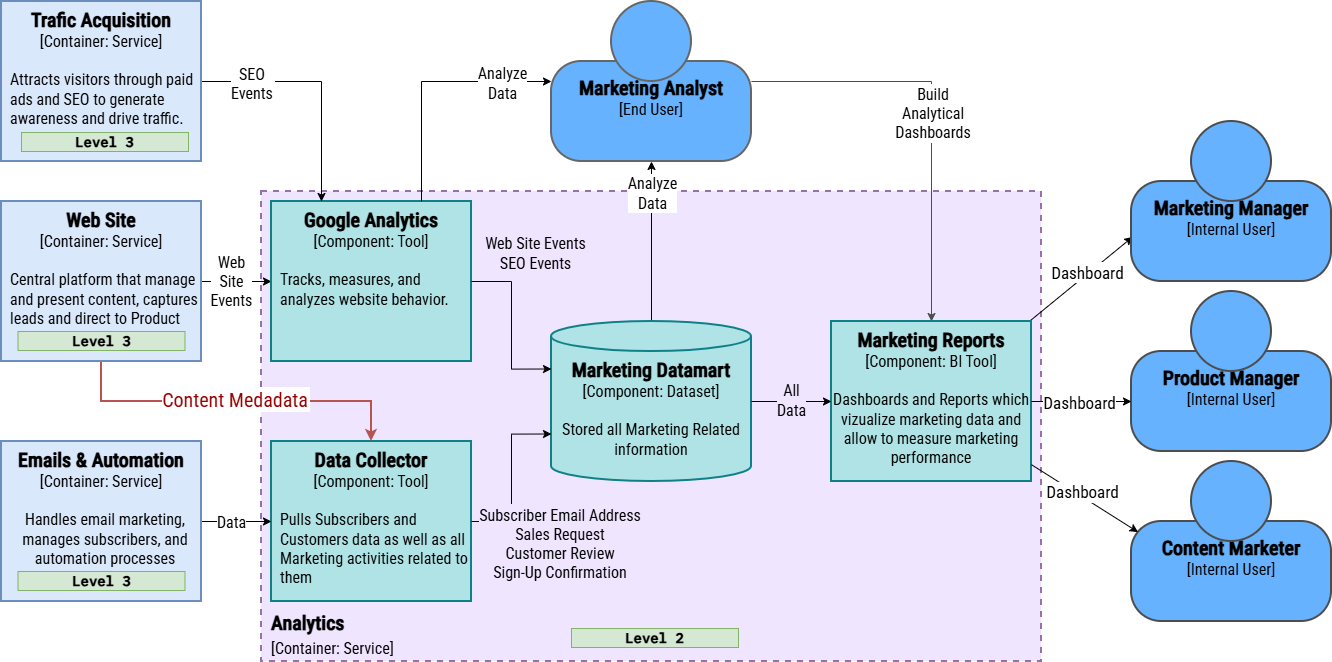
software-architecture-guild/modeling-software-architecture keeps this draw.io diagram as chapter-08/figure-8.12.drawio.png. Above is the earlier version. Source tidied: cells renumbered, new cells last; positions are measured from the earlier drawing's top-left corner, leaving out a move shared by most shapes.
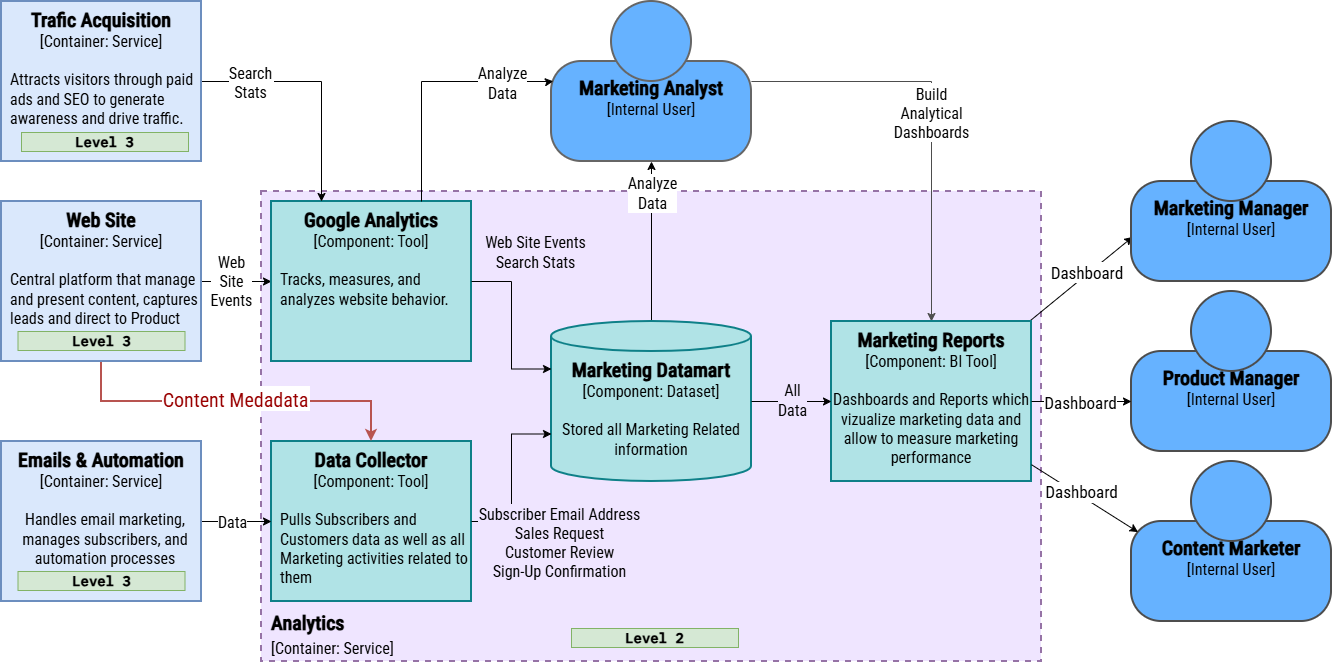
Above is the later version.

Change to the diagram source:
```diff
@@ -11,7 +11,7 @@
     <mxCell id="4" style="group;" parent="1" vertex="1">
       <mxGeometry x="550" width="200" height="160" as="geometry" />
     </mxCell>
-    <mxCell id="5" value="&lt;b&gt;&lt;font style=&quot;font-size: 20px;&quot;&gt;Marketing Analyst&lt;br&gt;&lt;/font&gt;&lt;/b&gt;[End User]" style="rounded=1;whiteSpace=wrap;html=1;strokeWidth=2;glass=0;arcSize=30;fontFamily=Roboto Condensed;fontSource=https%3A%2F%2Ffonts.googleapis.com%2Fcss%3Ffamily%3DRoboto%2BCondensed;verticalAlign=top;strokeColor=#666666;fillColor=light-dark(#66B2FF,#EDEDED);fontColor=#000000;fontSize=16;spacingTop=8;" parent="4" vertex="1">
+    <mxCell id="5" value="&lt;b&gt;&lt;font style=&quot;font-size: 20px;&quot;&gt;Marketing Analyst&lt;br&gt;&lt;/font&gt;&lt;/b&gt;[&lt;span style=&quot;color: rgb(0, 0, 0);&quot;&gt;Internal &lt;/span&gt;User]" style="rounded=1;whiteSpace=wrap;html=1;strokeWidth=2;glass=0;arcSize=30;fontFamily=Roboto Condensed;fontSource=https%3A%2F%2Ffonts.googleapis.com%2Fcss%3Ffamily%3DRoboto%2BCondensed;verticalAlign=top;strokeColor=#666666;fillColor=light-dark(#66B2FF,#EDEDED);fontColor=#000000;fontSize=16;spacingTop=8;" parent="4" vertex="1">
       <mxGeometry y="60" width="200" height="100" as="geometry" />
     </mxCell>
     <mxCell id="6" style="ellipse;whiteSpace=wrap;html=1;strokeWidth=2;strokeColor=#666666;fillColor=light-dark(#66B2FF,#EDEDED);fontColor=#000000;" parent="4" vertex="1">
@@ -44,7 +44,7 @@
     <mxCell id="15" style="shape=connector;rounded=0;jettySize=auto;html=1;strokeColor=#000000;align=center;verticalAlign=middle;fontFamily=IBM Plex Mono;fontSource=https%3A%2F%2Ffonts.googleapis.com%2Fcss%3Ffamily%3DIBM%2BPlex%2BMono;fontSize=11;fontColor=default;labelBackgroundColor=default;endArrow=classic;entryX=0.25;entryY=0;entryDx=0;entryDy=0;exitX=1;exitY=0.5;exitDx=0;exitDy=0;edgeStyle=orthogonalEdgeStyle;" parent="1" edge="1" source="43" target="14">
       <mxGeometry relative="1" as="geometry" />
     </mxCell>
-    <mxCell id="16" value="SEO&#10;Events" style="edgeLabel;align=center;verticalAlign=middle;fontFamily=Roboto Condensed;fontSource=https%3A%2F%2Ffonts.googleapis.com%2Fcss%3Ffamily%3DRoboto%2BCondensed;fontSize=16;fontColor=#000000;labelBackgroundColor=#FFFFFF;fillColor=none;gradientColor=none;fontStyle=0;" parent="15" vertex="1">
+    <mxCell id="16" value="Search&#10;Stats" style="edgeLabel;align=center;verticalAlign=middle;fontFamily=Roboto Condensed;fontSource=https%3A%2F%2Ffonts.googleapis.com%2Fcss%3Ffamily%3DRoboto%2BCondensed;fontSize=16;fontColor=#000000;labelBackgroundColor=#FFFFFF;fillColor=none;gradientColor=none;fontStyle=0;" parent="15" vertex="1">
       <mxGeometry x="-0.5" y="-1" relative="1" as="geometry">
         <mxPoint x="-10" y="-1" as="offset" />
       </mxGeometry>
@@ -107,7 +107,7 @@
     <mxCell id="32" style="shape=connector;rounded=0;jettySize=auto;html=1;exitX=1;exitY=0.5;exitDx=0;exitDy=0;strokeColor=#000000;align=center;verticalAlign=middle;fontFamily=IBM Plex Mono;fontSource=https%3A%2F%2Ffonts.googleapis.com%2Fcss%3Ffamily%3DIBM%2BPlex%2BMono;fontSize=11;fontColor=default;labelBackgroundColor=default;endArrow=classic;entryX=0;entryY=0;entryDx=0;entryDy=47.5;entryPerimeter=0;edgeStyle=orthogonalEdgeStyle;" parent="1" edge="1" source="14" target="20">
       <mxGeometry relative="1" as="geometry" />
     </mxCell>
-    <mxCell id="33" value="&lt;span style=&quot;color: rgb(0, 0, 0); font-family: &amp;quot;Roboto Condensed&amp;quot;; font-size: 16px;&quot;&gt;Web Site Events&lt;br&gt;&lt;/span&gt;&lt;span style=&quot;color: rgb(0, 0, 0); font-family: &amp;quot;Roboto Condensed&amp;quot;; font-size: 16px;&quot;&gt;SEO Events&lt;/span&gt;" style="edgeLabel;html=1;align=center;verticalAlign=middle;labelBackgroundColor=#EFE5FF;" parent="32" vertex="1">
+    <mxCell id="33" value="&lt;span style=&quot;color: rgb(0, 0, 0); font-family: &amp;quot;Roboto Condensed&amp;quot;; font-size: 16px;&quot;&gt;Web Site Events&lt;br&gt;&lt;/span&gt;&lt;span style=&quot;color: rgb(0, 0, 0); font-family: &amp;quot;Roboto Condensed&amp;quot;; font-size: 16px;&quot;&gt;Search Stats&lt;/span&gt;" style="edgeLabel;html=1;align=center;verticalAlign=middle;labelBackgroundColor=#EFE5FF;" parent="32" vertex="1">
       <mxGeometry x="0.86" y="3" relative="1" as="geometry">
         <mxPoint x="-5" y="-114" as="offset" />
       </mxGeometry>
```
